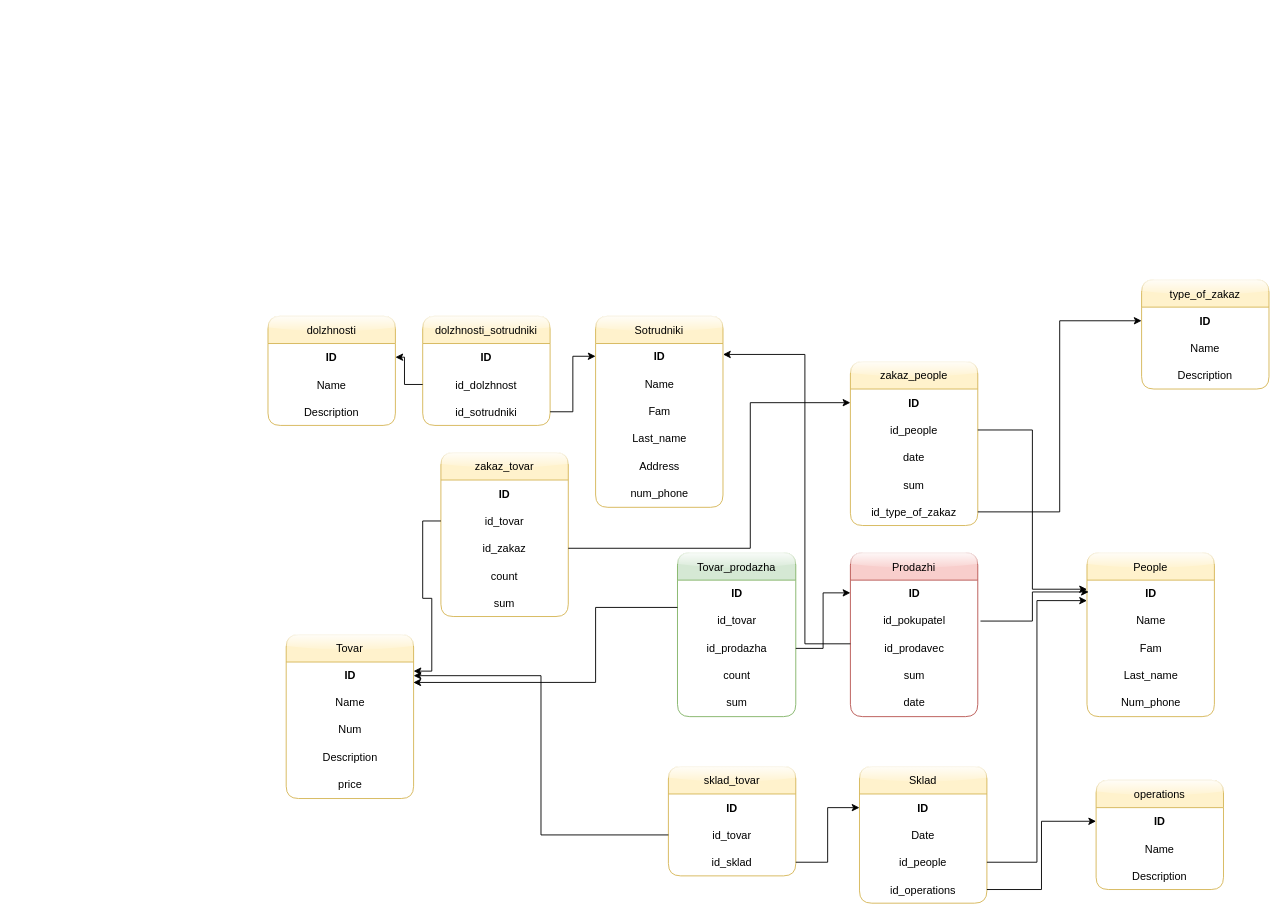
This is Диаграмма без названия.drawio from OGdanik/db_diagrams, a draw.io file, before an edit. Source tidied: cells renumbered, new cells numbered last; positions are measured from the earlier drawing's top-left corner, leaving out a move shared by most shapes. Both pictures are drawn from the tidied source at 91%, with x=0, y=0 at pixel (268, 279).
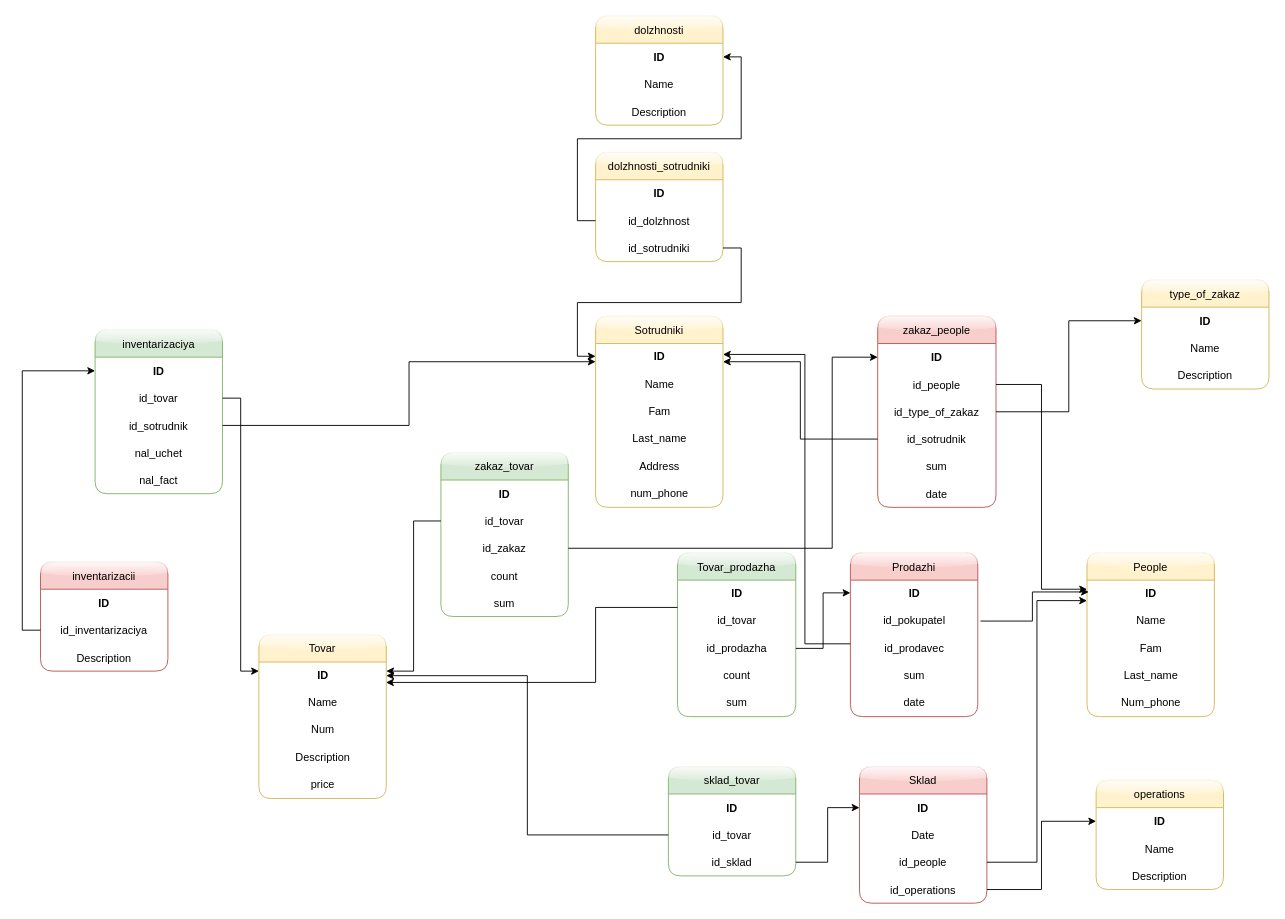
After the change.

Unchanged cells that the change refers to:
```xml
<mxCell id="22" value="&lt;div align=&quot;center&quot;&gt;&lt;b&gt;ID&lt;/b&gt;&lt;/div&gt;" style="text;html=1;align=center;verticalAlign=middle;points=[];strokeColor=none;fillColor=none;" parent="21" vertex="1">
  <mxGeometry y="30" width="140" height="30" as="geometry" />
</mxCell>
<mxCell id="29" value="&lt;div align=&quot;center&quot;&gt;&lt;b&gt;ID&lt;/b&gt;&lt;/div&gt;" style="text;html=1;align=center;verticalAlign=middle;points=[];strokeColor=none;fillColor=none;" parent="28" vertex="1">
  <mxGeometry y="30" width="140" height="30" as="geometry" />
</mxCell>
<mxCell id="73" value="id_zakaz" style="text;strokeColor=none;fillColor=none;align=center;verticalAlign=middle;spacingLeft=4;spacingRight=4;overflow=hidden;points=[[0,0.5],[1,0.5]];portConstraint=eastwest;rounded=1;shadow=0;glass=1;sketch=0;fontStyle=0;" parent="70" vertex="1">
  <mxGeometry y="90" width="140" height="30" as="geometry" />
</mxCell>
```

Change to the diagram source:
```diff
@@
     <mxCell id="21" value="Tovar" style="swimlane;fontStyle=0;horizontal=1;startSize=30;fillColor=#fff2cc;strokeColor=#d6b656;swimlaneFillColor=default;rounded=1;shadow=0;sketch=0;glass=1;" parent="1" vertex="1">
-      <mxGeometry x="20" y="390" width="140" height="180" as="geometry" />
+      <mxGeometry x="-10" y="390" width="140" height="180" as="geometry" />
     </mxCell>
@@
     <mxCell id="36" value="dolzhnosti" style="swimlane;fontStyle=0;horizontal=1;startSize=30;rounded=1;shadow=0;glass=1;sketch=0;gradientColor=none;fillColor=#fff2cc;strokeColor=#d6b656;swimlaneFillColor=default;" parent="1" vertex="1">
-      <mxGeometry y="40" width="140" height="120" as="geometry" />
+      <mxGeometry x="360" y="-290" width="140" height="120" as="geometry" />
     </mxCell>
@@
     <mxCell id="40" value="dolzhnosti_sotrudniki" style="swimlane;fontStyle=0;horizontal=1;startSize=30;rounded=1;shadow=0;glass=1;sketch=0;gradientColor=none;fillColor=#fff2cc;strokeColor=#d6b656;swimlaneFillColor=default;" parent="1" vertex="1">
-      <mxGeometry x="170" y="40" width="140" height="120" as="geometry" />
+      <mxGeometry x="360" y="-140" width="140" height="120" as="geometry" />
     </mxCell>
@@
-    <mxCell id="46" value="Sklad" style="swimlane;fontStyle=0;horizontal=1;startSize=30;rounded=1;shadow=0;glass=1;sketch=0;gradientColor=none;fillColor=#fff2cc;strokeColor=#d6b656;swimlaneFillColor=default;" parent="1" vertex="1">
+    <mxCell id="46" value="Sklad" style="swimlane;fontStyle=0;horizontal=1;startSize=30;rounded=1;shadow=0;glass=1;sketch=0;fillColor=#f8cecc;strokeColor=#b85450;swimlaneFillColor=default;" parent="1" vertex="1">
       <mxGeometry x="650" y="535" width="140" height="150" as="geometry" />
     </mxCell>
@@
-    <mxCell id="57" value="sklad_tovar" style="swimlane;fontStyle=0;horizontal=1;startSize=30;rounded=1;shadow=0;glass=1;sketch=0;gradientColor=none;fillColor=#fff2cc;strokeColor=#d6b656;swimlaneFillColor=default;" parent="1" vertex="1">
+    <mxCell id="57" value="sklad_tovar" style="swimlane;fontStyle=0;horizontal=1;startSize=30;rounded=1;shadow=0;glass=1;sketch=0;fillColor=#d5e8d4;strokeColor=#82b366;swimlaneFillColor=default;" parent="1" vertex="1">
       <mxGeometry x="440" y="535" width="140" height="120" as="geometry" />
     </mxCell>
@@
-    <mxCell id="64" value="zakaz_people" style="swimlane;fontStyle=0;horizontal=1;startSize=30;rounded=1;shadow=0;glass=1;sketch=0;gradientColor=none;fillColor=#fff2cc;strokeColor=#d6b656;swimlaneFillColor=default;" parent="1" vertex="1">
-      <mxGeometry x="640" y="90" width="140" height="180" as="geometry" />
+    <mxCell id="64" value="zakaz_people" style="swimlane;fontStyle=0;horizontal=1;startSize=30;rounded=1;shadow=0;glass=1;sketch=0;fillColor=#f8cecc;strokeColor=#b85450;swimlaneFillColor=default;" parent="1" vertex="1">
+      <mxGeometry x="670" y="40" width="130" height="210" as="geometry" />
     </mxCell>
-    <mxCell id="65" value="ID" style="text;strokeColor=none;fillColor=none;align=center;verticalAlign=middle;spacingLeft=4;spacingRight=4;overflow=hidden;points=[[0,0.5],[1,0.5]];portConstraint=eastwest;rounded=1;shadow=0;glass=1;sketch=0;fontStyle=1;" parent="64" vertex="1">
-      <mxGeometry y="30" width="140" height="30" as="geometry" />
+    <mxCell id="65" value="ID" style="text;align=center;verticalAlign=middle;spacingLeft=4;spacingRight=4;overflow=hidden;points=[[0,0.5],[1,0.5]];portConstraint=eastwest;rounded=1;shadow=0;glass=1;sketch=0;fontStyle=1;" parent="64" vertex="1">
+      <mxGeometry y="30" width="130" height="30" as="geometry" />
     </mxCell>
     <mxCell id="66" value="id_people" style="text;strokeColor=none;fillColor=none;align=center;verticalAlign=middle;spacingLeft=4;spacingRight=4;overflow=hidden;points=[[0,0.5],[1,0.5]];portConstraint=eastwest;rounded=1;shadow=0;glass=1;sketch=0;fontStyle=0;" parent="64" vertex="1">
-      <mxGeometry y="60" width="140" height="30" as="geometry" />
+      <mxGeometry y="60" width="130" height="30" as="geometry" />
     </mxCell>
+    <mxCell id="69" value="id_type_of_zakaz" style="text;strokeColor=none;fillColor=none;align=center;verticalAlign=middle;spacingLeft=4;spacingRight=4;overflow=hidden;points=[[0,0.5],[1,0.5]];portConstraint=eastwest;rounded=1;shadow=0;glass=1;sketch=0;fontStyle=0;" parent="64" vertex="1">
+      <mxGeometry y="90" width="130" height="30" as="geometry" />
+    </mxCell>
+    <mxCell id="84" value="id_sotrudnik" style="text;strokeColor=none;fillColor=none;align=center;verticalAlign=middle;spacingLeft=4;spacingRight=4;overflow=hidden;points=[[0,0.5],[1,0.5]];portConstraint=eastwest;rounded=1;shadow=0;glass=1;sketch=0;fontStyle=0;" parent="64" vertex="1">
+      <mxGeometry y="120" width="130" height="30" as="geometry" />
+    </mxCell>
+    <mxCell id="68" value="sum" style="text;strokeColor=none;fillColor=none;align=center;verticalAlign=middle;spacingLeft=4;spacingRight=4;overflow=hidden;rounded=1;shadow=0;glass=1;sketch=0;fontStyle=0;" parent="64" vertex="1">
+      <mxGeometry y="150" width="130" height="30" as="geometry" />
+    </mxCell>
     <mxCell id="67" value="date" style="text;strokeColor=none;fillColor=none;align=center;verticalAlign=middle;spacingLeft=4;spacingRight=4;overflow=hidden;rounded=1;shadow=0;glass=1;sketch=0;fontStyle=0;" parent="64" vertex="1">
-      <mxGeometry y="90" width="140" height="30" as="geometry" />
+      <mxGeometry y="180" width="130" height="30" as="geometry" />
     </mxCell>
-    <mxCell id="68" value="sum" style="text;strokeColor=none;fillColor=none;align=center;verticalAlign=middle;spacingLeft=4;spacingRight=4;overflow=hidden;rounded=1;shadow=0;glass=1;sketch=0;fontStyle=0;" parent="64" vertex="1">
-      <mxGeometry y="120" width="140" height="30" as="geometry" />
-    </mxCell>
-    <mxCell id="69" value="id_type_of_zakaz" style="text;strokeColor=none;fillColor=none;align=center;verticalAlign=middle;spacingLeft=4;spacingRight=4;overflow=hidden;points=[[0,0.5],[1,0.5]];portConstraint=eastwest;rounded=1;shadow=0;glass=1;sketch=0;fontStyle=0;" parent="64" vertex="1">
-      <mxGeometry y="150" width="140" height="30" as="geometry" />
-    </mxCell>
-    <mxCell id="70" value="zakaz_tovar" style="swimlane;fontStyle=0;horizontal=1;startSize=30;rounded=1;shadow=0;glass=1;sketch=0;gradientColor=none;fillColor=#fff2cc;strokeColor=#d6b656;swimlaneFillColor=default;" parent="1" vertex="1">
+    <mxCell id="70" value="zakaz_tovar" style="swimlane;fontStyle=0;horizontal=1;startSize=30;rounded=1;shadow=0;glass=1;sketch=0;fillColor=#d5e8d4;strokeColor=#82b366;swimlaneFillColor=default;" parent="1" vertex="1">
       <mxGeometry x="190" y="190" width="140" height="180" as="geometry" />
     </mxCell>
@@
-    <mxCell id="77" style="edgeStyle=orthogonalEdgeStyle;rounded=0;jettySize=auto;html=1;exitX=1;exitY=0.5;exitDx=0;exitDy=0;entryX=0;entryY=0.5;entryDx=0;entryDy=0;" parent="1" edge="1" source="73" target="65">
-      <mxGeometry relative="1" as="geometry">
-        <Array as="points">
-          <mxPoint x="530" y="295" />
-          <mxPoint x="530" y="135" />
-        </Array>
-      </mxGeometry>
-    </mxCell>
@@
+    <mxCell id="77" style="edgeStyle=orthogonalEdgeStyle;rounded=0;jettySize=auto;html=1;exitX=1;exitY=0.5;exitDx=0;exitDy=0;entryX=0;entryY=0.5;entryDx=0;entryDy=0;" parent="1" edge="1" source="73" target="65">
+      <mxGeometry relative="1" as="geometry">
+        <Array as="points">
+          <mxPoint x="620" y="295" />
+          <mxPoint x="620" y="85" />
+        </Array>
+      </mxGeometry>
+    </mxCell>
+    <mxCell id="85" style="edgeStyle=orthogonalEdgeStyle;rounded=0;jettySize=auto;html=1;entryX=1;entryY=0.667;entryDx=0;entryDy=0;entryPerimeter=0;" parent="1" edge="1" source="84" target="29">
+      <mxGeometry relative="1" as="geometry" />
+    </mxCell>
+    <mxCell id="86" value="inventarizaciya" style="swimlane;fontStyle=0;horizontal=1;startSize=30;rounded=1;shadow=0;glass=1;sketch=0;fillColor=#d5e8d4;strokeColor=#82b366;swimlaneFillColor=default;" parent="1" vertex="1">
+      <mxGeometry x="-190" y="55" width="140" height="180" as="geometry" />
+    </mxCell>
+    <mxCell id="87" value="ID" style="text;strokeColor=none;fillColor=none;align=center;verticalAlign=middle;spacingLeft=4;spacingRight=4;overflow=hidden;points=[[0,0.5],[1,0.5]];portConstraint=eastwest;rounded=1;shadow=0;glass=1;sketch=0;fontStyle=1;" parent="86" vertex="1">
+      <mxGeometry y="30" width="140" height="30" as="geometry" />
+    </mxCell>
+    <mxCell id="88" value="id_tovar" style="text;strokeColor=none;fillColor=none;align=center;verticalAlign=middle;spacingLeft=4;spacingRight=4;overflow=hidden;points=[[0,0.5],[1,0.5]];portConstraint=eastwest;rounded=1;shadow=0;glass=1;sketch=0;fontStyle=0;" parent="86" vertex="1">
+      <mxGeometry y="60" width="140" height="30" as="geometry" />
+    </mxCell>
+    <mxCell id="89" value="id_sotrudnik" style="text;strokeColor=none;fillColor=none;align=center;verticalAlign=middle;spacingLeft=4;spacingRight=4;overflow=hidden;points=[[0,0.5],[1,0.5]];portConstraint=eastwest;rounded=1;shadow=0;glass=1;sketch=0;fontStyle=0;" parent="86" vertex="1">
+      <mxGeometry y="90" width="140" height="30" as="geometry" />
+    </mxCell>
+    <mxCell id="90" value="nal_uchet" style="text;strokeColor=none;fillColor=none;align=center;verticalAlign=middle;spacingLeft=4;spacingRight=4;overflow=hidden;rounded=1;shadow=0;glass=1;sketch=0;fontStyle=0;" parent="86" vertex="1">
+      <mxGeometry y="120" width="140" height="30" as="geometry" />
+    </mxCell>
+    <mxCell id="91" value="nal_fact" style="text;strokeColor=none;fillColor=none;align=center;verticalAlign=middle;spacingLeft=4;spacingRight=4;overflow=hidden;rounded=1;shadow=0;glass=1;sketch=0;fontStyle=0;" parent="86" vertex="1">
+      <mxGeometry y="150" width="140" height="30" as="geometry" />
+    </mxCell>
+    <mxCell id="92" style="edgeStyle=orthogonalEdgeStyle;rounded=0;jettySize=auto;html=1;exitX=1;exitY=0.5;exitDx=0;exitDy=0;entryX=0;entryY=0.333;entryDx=0;entryDy=0;entryPerimeter=0;" parent="1" edge="1" source="88" target="22">
+      <mxGeometry relative="1" as="geometry" />
+    </mxCell>
+    <mxCell id="93" style="edgeStyle=orthogonalEdgeStyle;rounded=0;jettySize=auto;html=1;exitX=1;exitY=0.5;exitDx=0;exitDy=0;entryX=0;entryY=0.667;entryDx=0;entryDy=0;entryPerimeter=0;" parent="1" edge="1" source="89" target="29">
+      <mxGeometry relative="1" as="geometry" />
+    </mxCell>
+    <mxCell id="94" value="inventarizacii" style="swimlane;fontStyle=0;horizontal=1;startSize=30;rounded=1;shadow=0;glass=1;sketch=0;fillColor=#f8cecc;strokeColor=#b85450;swimlaneFillColor=default;" parent="1" vertex="1">
+      <mxGeometry x="-250" y="310" width="140" height="120" as="geometry" />
+    </mxCell>
+    <mxCell id="95" value="ID" style="text;strokeColor=none;fillColor=none;align=center;verticalAlign=middle;spacingLeft=4;spacingRight=4;overflow=hidden;rounded=1;shadow=0;glass=1;sketch=0;fontStyle=1;" parent="94" vertex="1">
+      <mxGeometry y="30" width="140" height="30" as="geometry" />
+    </mxCell>
+    <mxCell id="96" value="id_inventarizaciya" style="text;strokeColor=none;fillColor=none;align=center;verticalAlign=middle;spacingLeft=4;spacingRight=4;overflow=hidden;points=[[0,0.5],[1,0.5]];portConstraint=eastwest;rounded=1;shadow=0;glass=1;sketch=0;fontStyle=0;" parent="94" vertex="1">
+      <mxGeometry y="60" width="140" height="30" as="geometry" />
+    </mxCell>
+    <mxCell id="97" value="Description" style="text;strokeColor=none;fillColor=none;align=center;verticalAlign=middle;spacingLeft=4;spacingRight=4;overflow=hidden;rounded=1;shadow=0;glass=1;sketch=0;fontStyle=0;" parent="94" vertex="1">
+      <mxGeometry y="90" width="140" height="30" as="geometry" />
+    </mxCell>
+    <mxCell id="98" style="edgeStyle=orthogonalEdgeStyle;rounded=0;jettySize=auto;html=1;exitX=0;exitY=0.5;exitDx=0;exitDy=0;entryX=0;entryY=0.5;entryDx=0;entryDy=0;" parent="1" edge="1" source="96" target="87">
+      <mxGeometry relative="1" as="geometry" />
+    </mxCell>
```
